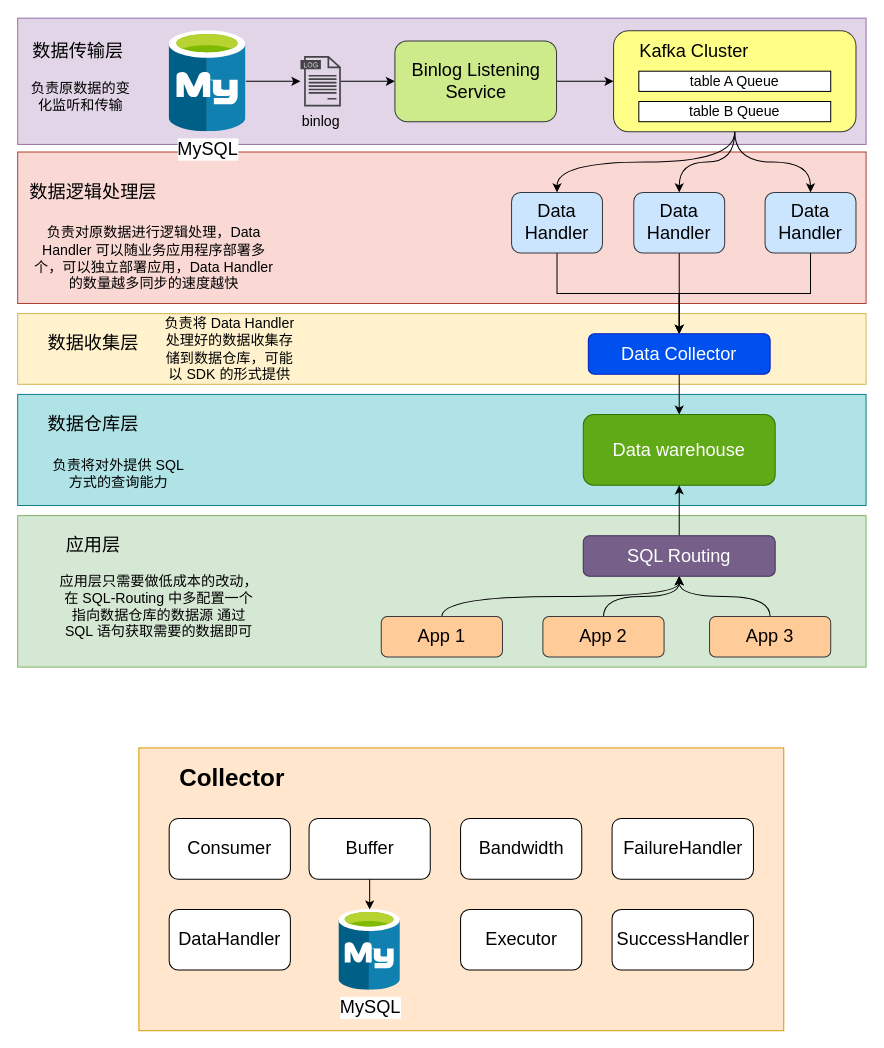
Before: longpean/数据仓库架构.drawio in GitHeP/diagrams, a draw.io diagram. Source tidied: cells renumbered, new cells numbered last; positions are measured from the earlier drawing's top-left corner, leaving out a move shared by most shapes. Both pictures are drawn from the tidied source at 101%, with x=0, y=0 at pixel (17, 18).
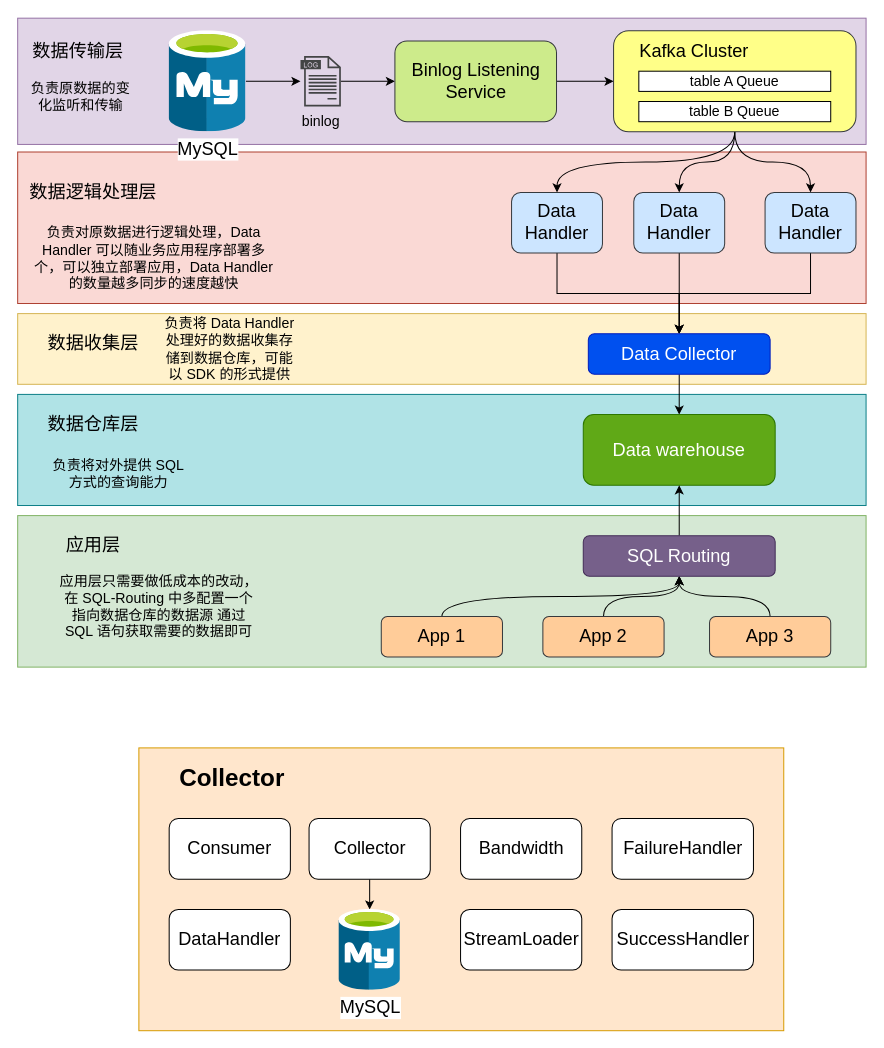
After the change.

Commit message:
更新数据仓库架构.drawio

Change to the diagram source:
```diff
@@
-    <mxCell id="49" value="&lt;font style=&quot;font-size: 18px;&quot;&gt;Buffer&lt;/font&gt;" style="rounded=1;whiteSpace=wrap;html=1;" parent="1" vertex="1">
+    <mxCell id="49" value="&lt;font style=&quot;font-size: 18px;&quot;&gt;Collector&lt;/font&gt;" style="rounded=1;whiteSpace=wrap;html=1;" parent="1" vertex="1">
       <mxGeometry x="288.5" y="792" width="120" height="60" as="geometry" />
     </mxCell>
@@
-    <mxCell id="52" value="&lt;font style=&quot;font-size: 18px;&quot;&gt;Executor&lt;/font&gt;" style="rounded=1;whiteSpace=wrap;html=1;" parent="1" vertex="1">
+    <mxCell id="52" value="&lt;span style=&quot;font-size: 18px;&quot;&gt;StreamLoader&lt;/span&gt;" style="rounded=1;whiteSpace=wrap;html=1;" parent="1" vertex="1">
       <mxGeometry x="438.5" y="882" width="120" height="60" as="geometry" />
     </mxCell>
```
